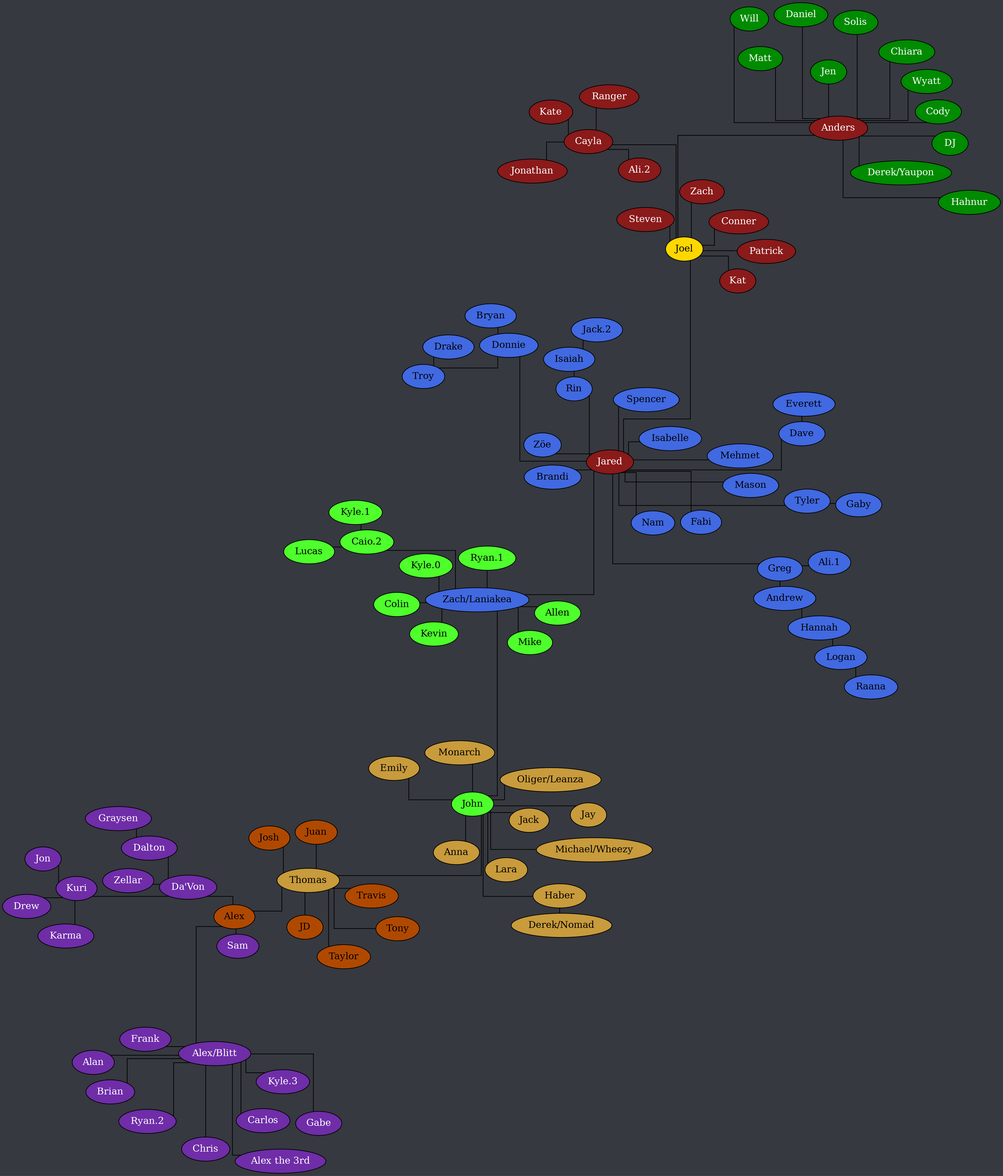
The Graphviz diagram tree.png in Documidas/CoronaCatzFamilyTree, before a commit. Its source is kept beside it as tree.dot.
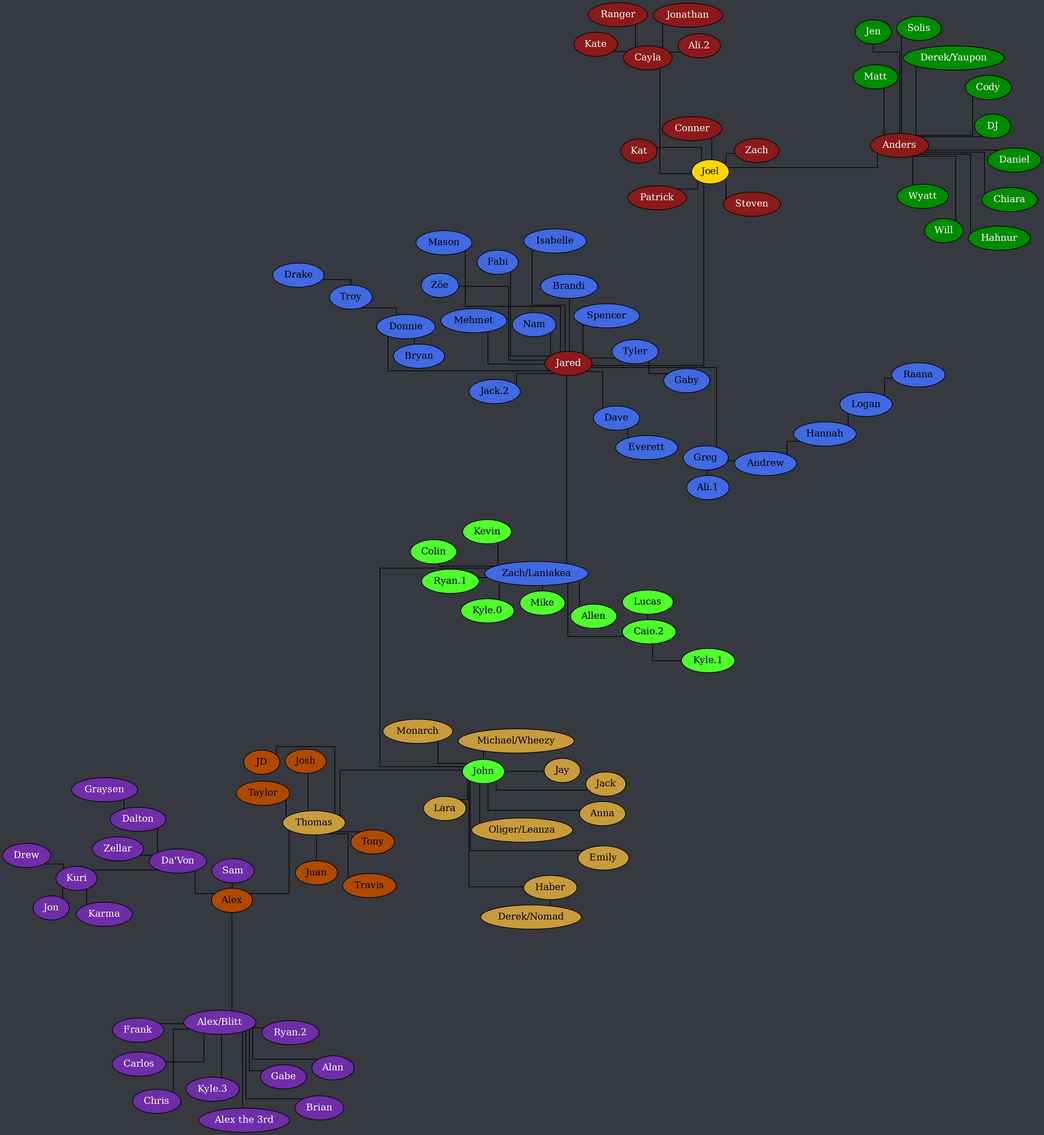
The same diagram one commit later.

Commit message:
Remove Rin, Isaiah

Change to the diagram source:
```diff
@@ -55,23 +55,21 @@
 		Greg -- "Ali.1";
 		Greg -- Andrew;
 		Hannah -- Logan;
-		Isaiah -- "Jack.2";
 		Jared -- Brandi;
 		Jared -- Dave;
 		Jared -- Donnie;
 		Jared -- Fabi;
+		Jared -- "Jack.2";
 		Jared -- Tyler;
 		Jared -- Greg;
 		Jared -- Isabelle;
 		Jared -- Mason;
 		Jared -- Mehmet;
 		Jared -- Nam;
-		Jared -- Rin;
 		Jared -- Spencer;
 		Jared -- "Zach/Laniakea";
 		Jared -- "Zöe";
 		Logan -- Raana;
-		Rin -- Isaiah;
 		Troy -- Drake;
 		Tyler -- Gaby;
 	}
```
